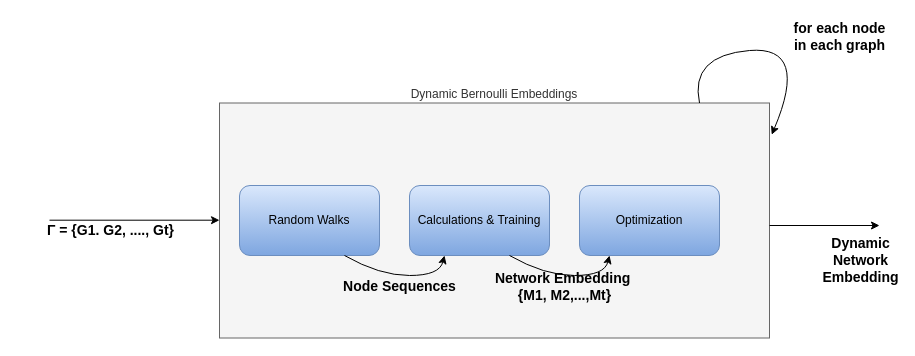
Earlier version of the draw.io diagram Untitled Diagram.drawio (AvishayBR/Degree_FinalProject). Source tidied: cells renumbered, new cells numbered last; positions are measured from the earlier drawing's top-left corner, leaving out a move shared by most shapes. Both pictures are drawn from the tidied source at 100%, with x=0, y=0 at pixel (49, 45).
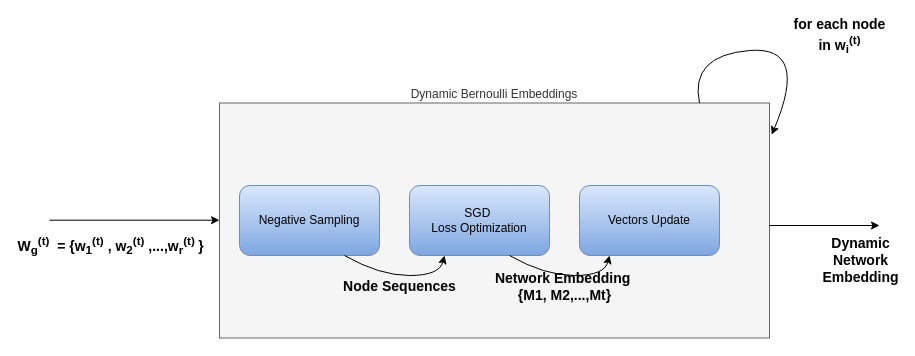
After the change.

Unchanged cells that the change refers to:
```xml
<mxCell id="6" style="endArrow=classic;html=1;rounded=0;" parent="1" edge="1">
  <mxGeometry relative="1" as="geometry">
    <mxPoint y="174.7" as="sourcePoint" />
    <mxPoint x="170" y="174.7" as="targetPoint" />
  </mxGeometry>
</mxCell>
<mxCell id="8" style="curved=1;endArrow=classic;html=1;rounded=0;entryX=1.004;entryY=0.135;entryDx=0;entryDy=0;entryPerimeter=0;" parent="1" edge="1" target="2">
  <mxGeometry relative="1" as="geometry">
    <mxPoint x="650" y="57.5" as="sourcePoint" />
    <Array as="points">
      <mxPoint x="640" y="10" />
      <mxPoint x="760" />
    </Array>
  </mxGeometry>
</mxCell>
```

The edit, as a diff of the source:
```diff
@@
-    <mxCell id="3" value="Random Walks" style="rounded=1;whiteSpace=wrap;html=1;fillColor=#dae8fc;gradientColor=#7ea6e0;strokeColor=#6c8ebf;" parent="1" vertex="1">
+    <mxCell id="3" value="Negative Sampling" style="rounded=1;whiteSpace=wrap;html=1;fillColor=#dae8fc;gradientColor=#7ea6e0;strokeColor=#6c8ebf;" parent="1" vertex="1">
       <mxGeometry x="190" y="140" width="140" height="70" as="geometry" />
     </mxCell>
-    <mxCell id="4" value="Calculations &amp;amp; Training" style="rounded=1;whiteSpace=wrap;html=1;fillColor=#dae8fc;gradientColor=#7ea6e0;strokeColor=#6c8ebf;" parent="1" vertex="1">
+    <mxCell id="4" value="SGD&amp;nbsp;&lt;br&gt;Loss Optimization" style="rounded=1;whiteSpace=wrap;html=1;fillColor=#dae8fc;gradientColor=#7ea6e0;strokeColor=#6c8ebf;" parent="1" vertex="1">
       <mxGeometry x="360" y="140" width="140" height="70" as="geometry" />
     </mxCell>
-    <mxCell id="5" value="Optimization" style="rounded=1;whiteSpace=wrap;html=1;fillColor=#dae8fc;gradientColor=#7ea6e0;strokeColor=#6c8ebf;" parent="1" vertex="1">
+    <mxCell id="5" value="Vectors Update" style="rounded=1;whiteSpace=wrap;html=1;fillColor=#dae8fc;gradientColor=#7ea6e0;strokeColor=#6c8ebf;" parent="1" vertex="1">
       <mxGeometry x="530" y="140" width="140" height="70" as="geometry" />
     </mxCell>
@@
-    <mxCell id="7" value=" Γ = {G1. G2, ...., Gt}" style="edgeLabel;html=1;align=center;verticalAlign=middle;labelBackgroundColor=none;fontStyle=1;fontSize=14;" parent="6" vertex="1">
+    <mxCell id="7" value="&lt;div style=&quot;direction: ltr;&quot;&gt;&lt;span style=&quot;background-color: initial;&quot;&gt;W&lt;/span&gt;&lt;sub style=&quot;background-color: initial;&quot;&gt;g&lt;/sub&gt;&lt;sup style=&quot;background-color: initial;&quot;&gt;(t)&lt;/sup&gt;&lt;span style=&quot;background-color: initial;&quot;&gt;&amp;nbsp;&amp;nbsp;= {w&lt;/span&gt;&lt;sub style=&quot;background-color: initial;&quot;&gt;1&lt;/sub&gt;&lt;sup style=&quot;background-color: initial;&quot;&gt;(t)&lt;/sup&gt;&lt;span style=&quot;background-color: initial;&quot;&gt;&amp;nbsp;, w&lt;/span&gt;&lt;sub style=&quot;background-color: initial;&quot;&gt;2&lt;/sub&gt;&lt;sup style=&quot;background-color: initial;&quot;&gt;(t)&lt;/sup&gt;&lt;span style=&quot;background-color: initial;&quot;&gt;&amp;nbsp;,...,w&lt;/span&gt;&lt;sub style=&quot;background-color: initial;&quot;&gt;r&lt;/sub&gt;&lt;sup style=&quot;background-color: initial;&quot;&gt;(t)&amp;nbsp;&lt;/sup&gt;&lt;span style=&quot;background-color: initial;&quot;&gt;}&lt;/span&gt;&lt;/div&gt;" style="edgeLabel;html=1;align=center;verticalAlign=middle;labelBackgroundColor=none;fontStyle=1;fontSize=14;" parent="6" vertex="1">
       <mxGeometry x="-0.54" y="-1" relative="1" as="geometry">
-        <mxPoint x="21" y="9" as="offset" />
+        <mxPoint x="21" y="24" as="offset" />
       </mxGeometry>
     </mxCell>
@@
-    <mxCell id="9" value="for each node&lt;div style=&quot;font-size: 14px;&quot;&gt;in each graph&lt;/div&gt;" style="edgeLabel;html=1;align=center;verticalAlign=middle;labelBackgroundColor=none;fontStyle=1;fontSize=14;" parent="8" vertex="1">
+    <mxCell id="9" value="for each node&lt;div style=&quot;font-size: 14px;&quot;&gt;in&amp;nbsp;&lt;span style=&quot;background-color: initial;&quot;&gt;w&lt;/span&gt;&lt;sub style=&quot;background-color: initial;&quot;&gt;i&lt;/sub&gt;&lt;sup style=&quot;background-color: initial;&quot;&gt;(t)&lt;/sup&gt;&lt;/div&gt;" style="edgeLabel;html=1;align=center;verticalAlign=middle;labelBackgroundColor=none;fontStyle=1;fontSize=14;" parent="8" vertex="1">
       <mxGeometry x="0.04" y="-13" relative="1" as="geometry">
         <mxPoint x="59" y="-25" as="offset" />
       </mxGeometry>
     </mxCell>
```
